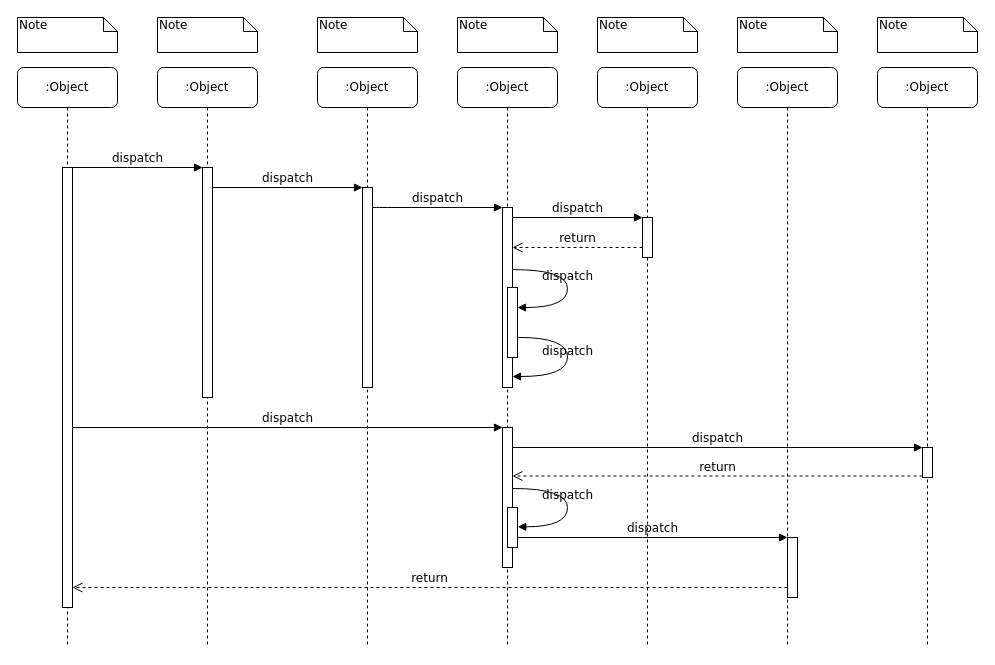
The draw.io diagram HIS-RBAC-Middleware.drawio in YuanchenZhu2020/DrawIO, before the edit. Source tidied: cells renumbered, new cells numbered last; positions are measured from the earlier drawing's top-left corner, leaving out a move shared by most shapes. Both pictures are drawn from the tidied source at 100%, with x=0, y=0 at pixel (17, 17).
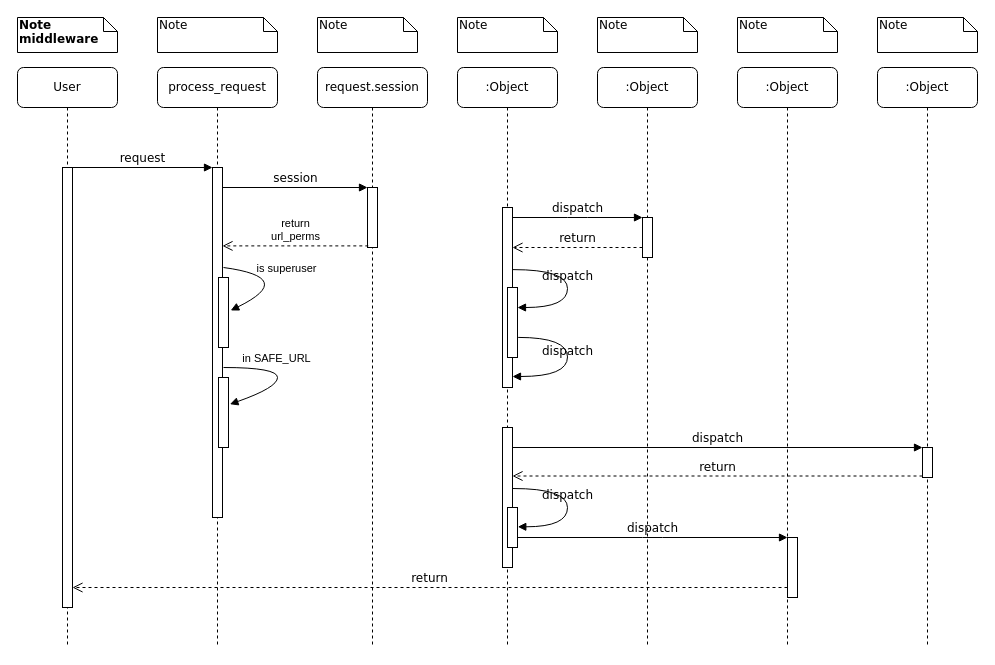
Above is the later version.

The change refers to these unchanged cells:
```xml
<mxCell id="11" style="html=1;points=[];perimeter=orthogonalPerimeter;rounded=0;shadow=0;comic=0;labelBackgroundColor=none;strokeWidth=1;fontFamily=Verdana;fontSize=12;align=center;" parent="10" vertex="1">
  <mxGeometry x="45" y="100" width="10" height="440" as="geometry" />
</mxCell>
<mxCell id="12" style="html=1;points=[];perimeter=orthogonalPerimeter;rounded=0;shadow=0;comic=0;labelBackgroundColor=none;strokeWidth=1;fontFamily=Verdana;fontSize=12;align=center;" parent="1" vertex="1">
  <mxGeometry x="485" y="190" width="10" height="180" as="geometry" />
</mxCell>
<mxCell id="17" style="html=1;points=[];perimeter=orthogonalPerimeter;rounded=0;shadow=0;comic=0;labelBackgroundColor=none;strokeWidth=1;fontFamily=Verdana;fontSize=12;align=center;" parent="1" vertex="1">
  <mxGeometry x="485" y="410" width="10" height="140" as="geometry" />
</mxCell>
```

Diff of the diagram source:
```diff
@@
-    <mxCell id="2" value=":Object" style="shape=umlLifeline;perimeter=lifelinePerimeter;whiteSpace=wrap;html=1;rounded=1;shadow=0;comic=0;labelBackgroundColor=none;strokeWidth=1;fontFamily=Verdana;fontSize=12;align=center;" parent="1" vertex="1">
-      <mxGeometry x="140" y="50" width="100" height="580" as="geometry" />
+    <mxCell id="2" value="process_request" style="shape=umlLifeline;perimeter=lifelinePerimeter;whiteSpace=wrap;html=1;rounded=1;shadow=0;comic=0;labelBackgroundColor=none;strokeWidth=1;fontFamily=Verdana;fontSize=12;align=center;" parent="1" vertex="1">
+      <mxGeometry x="140" y="50" width="120" height="580" as="geometry" />
     </mxCell>
     <mxCell id="3" style="html=1;points=[];perimeter=orthogonalPerimeter;rounded=0;shadow=0;comic=0;labelBackgroundColor=none;strokeWidth=1;fontFamily=Verdana;fontSize=12;align=center;" parent="2" vertex="1">
-      <mxGeometry x="45" y="100" width="10" height="230" as="geometry" />
+      <mxGeometry x="55" y="100" width="10" height="350" as="geometry" />
     </mxCell>
+    <mxCell id="39" style="html=1;points=[];perimeter=orthogonalPerimeter;" parent="2" vertex="1">
+      <mxGeometry x="61" y="210" width="10" height="70" as="geometry" />
+    </mxCell>
+    <mxCell id="40" value="is superuser" style="html=1;verticalAlign=bottom;endArrow=block;entryX=1.22;entryY=0.471;entryDx=0;entryDy=0;entryPerimeter=0;curved=1;" parent="2" edge="1" target="39">
+      <mxGeometry x="-0.14" y="-1" relative="1" as="geometry">
+        <mxPoint x="66" y="200" as="sourcePoint" />
+        <Array as="points">
+          <mxPoint x="140" y="210" />
+        </Array>
+      </mxGeometry>
+    </mxCell>
+    <mxCell id="41" style="html=1;points=[];perimeter=orthogonalPerimeter;" parent="2" vertex="1">
+      <mxGeometry x="61" y="310" width="10" height="70" as="geometry" />
+    </mxCell>
+    <mxCell id="42" value="in SAFE_URL" style="html=1;verticalAlign=bottom;endArrow=block;curved=1;entryX=1.14;entryY=0.382;entryDx=0;entryDy=0;entryPerimeter=0;" parent="2" edge="1" target="41">
+      <mxGeometry x="-0.15" relative="1" as="geometry">
+        <mxPoint x="66" y="300" as="sourcePoint" />
+        <Array as="points">
+          <mxPoint x="120" y="300" />
+          <mxPoint x="120" y="320" />
+        </Array>
+      </mxGeometry>
+    </mxCell>
-    <mxCell id="4" value=":Object" style="shape=umlLifeline;perimeter=lifelinePerimeter;whiteSpace=wrap;html=1;rounded=1;shadow=0;comic=0;labelBackgroundColor=none;strokeWidth=1;fontFamily=Verdana;fontSize=12;align=center;" parent="1" vertex="1">
-      <mxGeometry x="300" y="50" width="100" height="580" as="geometry" />
+    <mxCell id="4" value="request.session" style="shape=umlLifeline;perimeter=lifelinePerimeter;whiteSpace=wrap;html=1;rounded=1;shadow=0;comic=0;labelBackgroundColor=none;strokeWidth=1;fontFamily=Verdana;fontSize=12;align=center;" parent="1" vertex="1">
+      <mxGeometry x="300" y="50" width="110" height="580" as="geometry" />
     </mxCell>
     <mxCell id="5" style="html=1;points=[];perimeter=orthogonalPerimeter;rounded=0;shadow=0;comic=0;labelBackgroundColor=none;strokeWidth=1;fontFamily=Verdana;fontSize=12;align=center;" parent="4" vertex="1">
-      <mxGeometry x="45" y="120" width="10" height="200" as="geometry" />
+      <mxGeometry x="50" y="120" width="10" height="60" as="geometry" />
     </mxCell>
@@
-    <mxCell id="10" value=":Object" style="shape=umlLifeline;perimeter=lifelinePerimeter;whiteSpace=wrap;html=1;rounded=1;shadow=0;comic=0;labelBackgroundColor=none;strokeWidth=1;fontFamily=Verdana;fontSize=12;align=center;" parent="1" vertex="1">
+    <mxCell id="10" value="User" style="shape=umlLifeline;perimeter=lifelinePerimeter;whiteSpace=wrap;html=1;rounded=1;shadow=0;comic=0;labelBackgroundColor=none;strokeWidth=1;fontFamily=Verdana;fontSize=12;align=center;" parent="1" vertex="1">
       <mxGeometry y="50" width="100" height="580" as="geometry" />
     </mxCell>
@@
-    <mxCell id="13" value="dispatch" style="html=1;verticalAlign=bottom;endArrow=block;labelBackgroundColor=none;fontFamily=Verdana;fontSize=12;edgeStyle=elbowEdgeStyle;elbow=vertical;" parent="1" edge="1" source="5" target="12">
-      <mxGeometry relative="1" as="geometry">
-        <Array as="points">
-          <mxPoint x="360" y="190" />
-        </Array>
-      </mxGeometry>
-    </mxCell>
@@
-    <mxCell id="18" value="dispatch" style="html=1;verticalAlign=bottom;endArrow=block;entryX=0;entryY=0;labelBackgroundColor=none;fontFamily=Verdana;fontSize=12;" parent="1" edge="1" source="11" target="17">
-      <mxGeometry relative="1" as="geometry" />
-    </mxCell>
@@
-    <mxCell id="25" value="dispatch" style="html=1;verticalAlign=bottom;endArrow=block;entryX=0;entryY=0;labelBackgroundColor=none;fontFamily=Verdana;fontSize=12;edgeStyle=elbowEdgeStyle;elbow=vertical;" parent="1" edge="1" source="11" target="3">
+    <mxCell id="25" value="request" style="html=1;verticalAlign=bottom;endArrow=block;entryX=0;entryY=0;labelBackgroundColor=none;fontFamily=Verdana;fontSize=12;edgeStyle=elbowEdgeStyle;elbow=vertical;" parent="1" edge="1" source="11" target="3">
       <mxGeometry relative="1" as="geometry" />
     </mxCell>
-    <mxCell id="26" value="dispatch" style="html=1;verticalAlign=bottom;endArrow=block;entryX=0;entryY=0;labelBackgroundColor=none;fontFamily=Verdana;fontSize=12;edgeStyle=elbowEdgeStyle;elbow=vertical;" parent="1" edge="1" source="3" target="5">
+    <mxCell id="26" value="session" style="html=1;verticalAlign=bottom;endArrow=block;entryX=0;entryY=0;labelBackgroundColor=none;fontFamily=Verdana;fontSize=12;edgeStyle=elbowEdgeStyle;elbow=vertical;" parent="1" edge="1" source="3" target="5">
       <mxGeometry relative="1" as="geometry" />
     </mxCell>
@@
-    <mxCell id="32" value="Note" style="shape=note;whiteSpace=wrap;html=1;size=14;verticalAlign=top;align=left;spacingTop=-6;rounded=0;shadow=0;comic=0;labelBackgroundColor=none;strokeWidth=1;fontFamily=Verdana;fontSize=12;" parent="1" vertex="1">
+    <mxCell id="32" value="&lt;b&gt;Note&lt;br&gt;middleware&lt;/b&gt;" style="shape=note;whiteSpace=wrap;html=1;size=14;verticalAlign=top;align=left;spacingTop=-6;rounded=0;shadow=0;comic=0;labelBackgroundColor=none;strokeWidth=1;fontFamily=Verdana;fontSize=12;" parent="1" vertex="1">
       <mxGeometry width="100" height="35" as="geometry" />
     </mxCell>
     <mxCell id="33" value="Note" style="shape=note;whiteSpace=wrap;html=1;size=14;verticalAlign=top;align=left;spacingTop=-6;rounded=0;shadow=0;comic=0;labelBackgroundColor=none;strokeWidth=1;fontFamily=Verdana;fontSize=12;" parent="1" vertex="1">
-      <mxGeometry x="140" width="100" height="35" as="geometry" />
+      <mxGeometry x="140" width="120" height="35" as="geometry" />
     </mxCell>
@@
+    <mxCell id="43" value="return&lt;br&gt;url_perms" style="html=1;verticalAlign=bottom;endArrow=open;dashed=1;endSize=8;exitX=0.08;exitY=0.49;exitDx=0;exitDy=0;exitPerimeter=0;" parent="1" edge="1">
+      <mxGeometry relative="1" as="geometry">
+        <mxPoint x="350.8" y="228.4" as="sourcePoint" />
+        <mxPoint x="205" y="228.4" as="targetPoint" />
+      </mxGeometry>
+    </mxCell>
```
